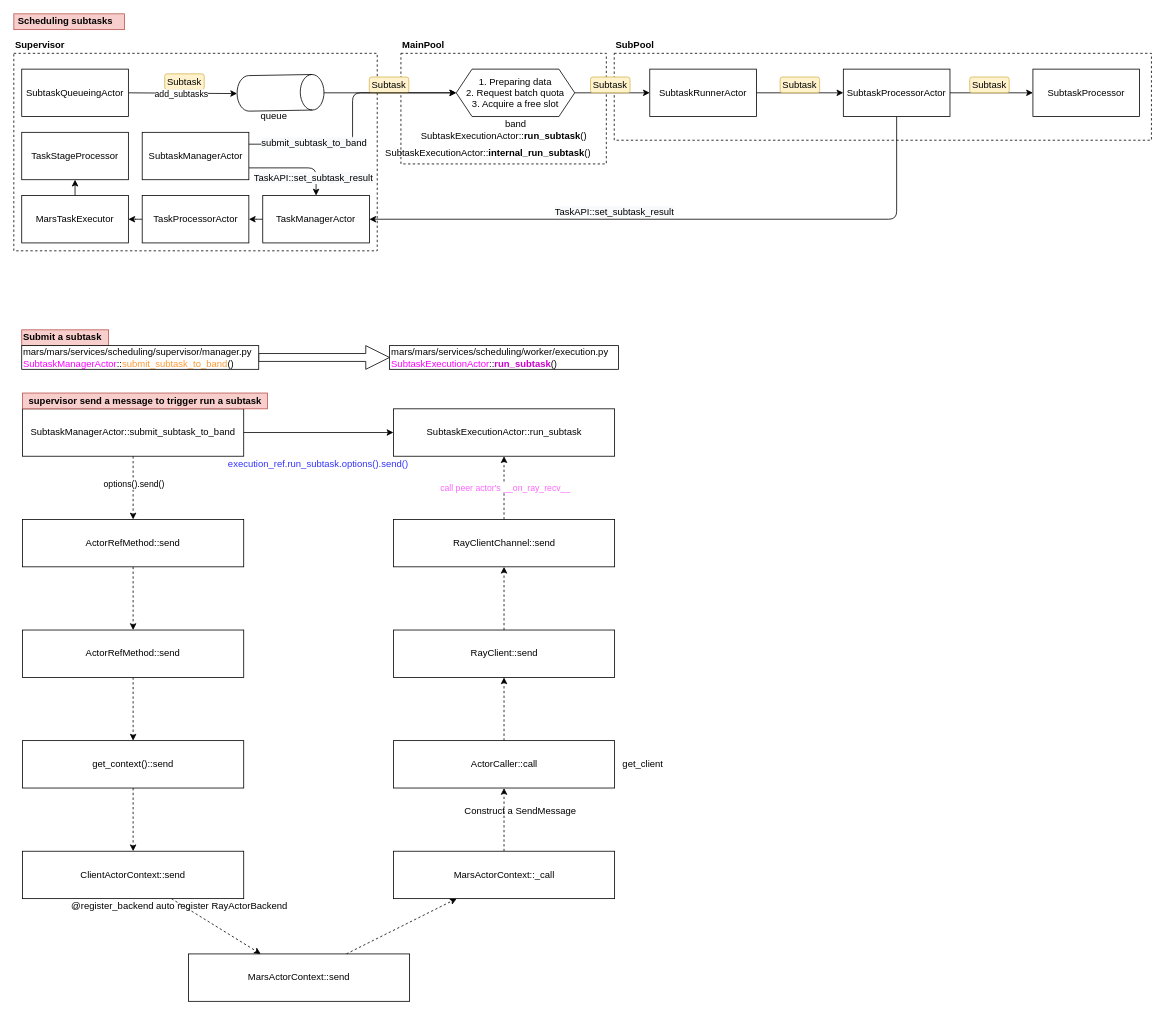
Earlier version of the draw.io diagram page "subtask lifecycle" (2 of 5) of graphs/mars_workflow_0.1.drawio (zhongchun/daily). Source tidied: cells renumbered, new cells numbered last; positions are measured from the earlier drawing's top-left corner, leaving out a move shared by most shapes. Both pictures are drawn from the tidied source at 79%, with x=0, y=0 at pixel (13, 13).
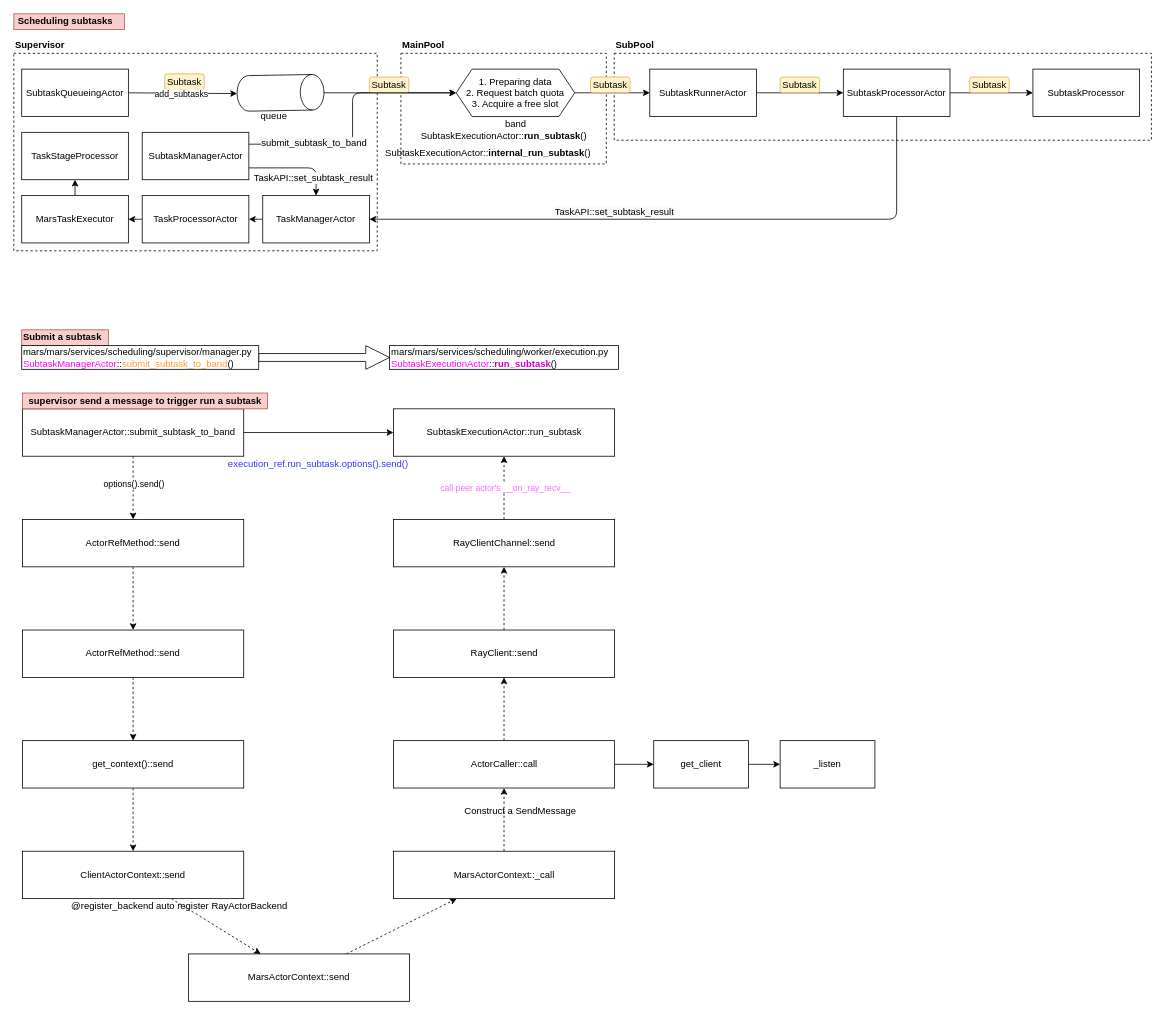
After the change.

Unchanged cells that the change refers to:
```xml
<mxCell id="61" value="&lt;font&gt;ActorCaller::call&lt;/font&gt;" style="rounded=0;whiteSpace=wrap;html=1;" parent="1" vertex="1">
  <mxGeometry x="480.5" y="920" width="280" height="60" as="geometry" />
</mxCell>
```

What changed in the source:
```diff
@@
+    <mxCell id="77" style="edgeStyle=none;html=1;" parent="1" edge="1" source="61" target="73">
+      <mxGeometry relative="1" as="geometry" />
+    </mxCell>
@@
-    <mxCell id="73" value="get_client" style="text;html=1;align=center;verticalAlign=middle;points=[];strokeColor=none;fillColor=none;" parent="1" vertex="1">
-      <mxGeometry x="760.5" y="940" width="70" height="20" as="geometry" />
-    </mxCell>
@@
+    <mxCell id="78" style="edgeStyle=none;html=1;" parent="1" edge="1" source="73" target="79">
+      <mxGeometry relative="1" as="geometry" />
+    </mxCell>
+    <mxCell id="73" value="get_client" style="whiteSpace=wrap;html=1;rounded=0;" parent="1" vertex="1">
+      <mxGeometry x="810" y="920" width="120" height="60" as="geometry" />
+    </mxCell>
+    <mxCell id="79" value="_listen" style="whiteSpace=wrap;html=1;rounded=0;" parent="1" vertex="1">
+      <mxGeometry x="970" y="920" width="120" height="60" as="geometry" />
+    </mxCell>
```
